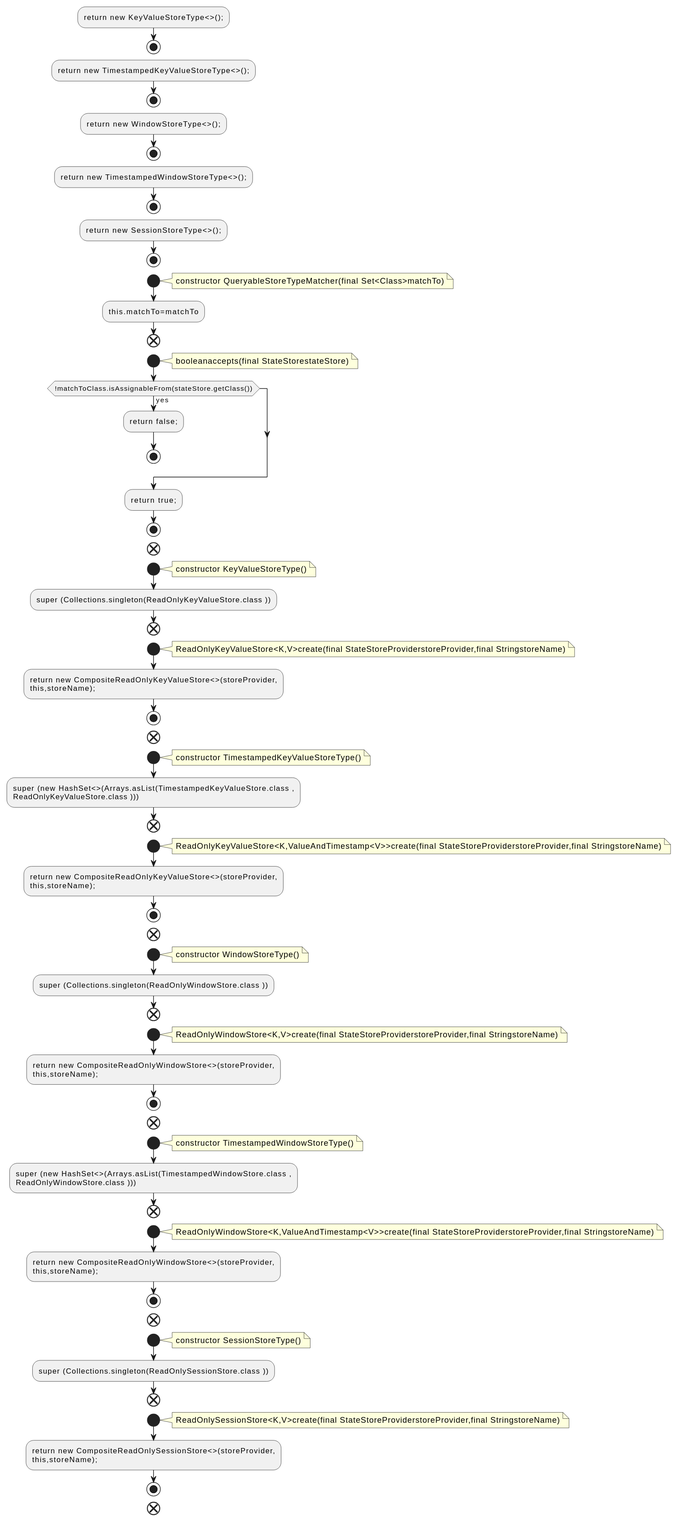
Above: docs/qc/streams/src/main/java/org/apache/kafka/streams/state/QueryableStoreTypes.java.fct.svg in qualitesys/kafka (PlantUML), before the change.
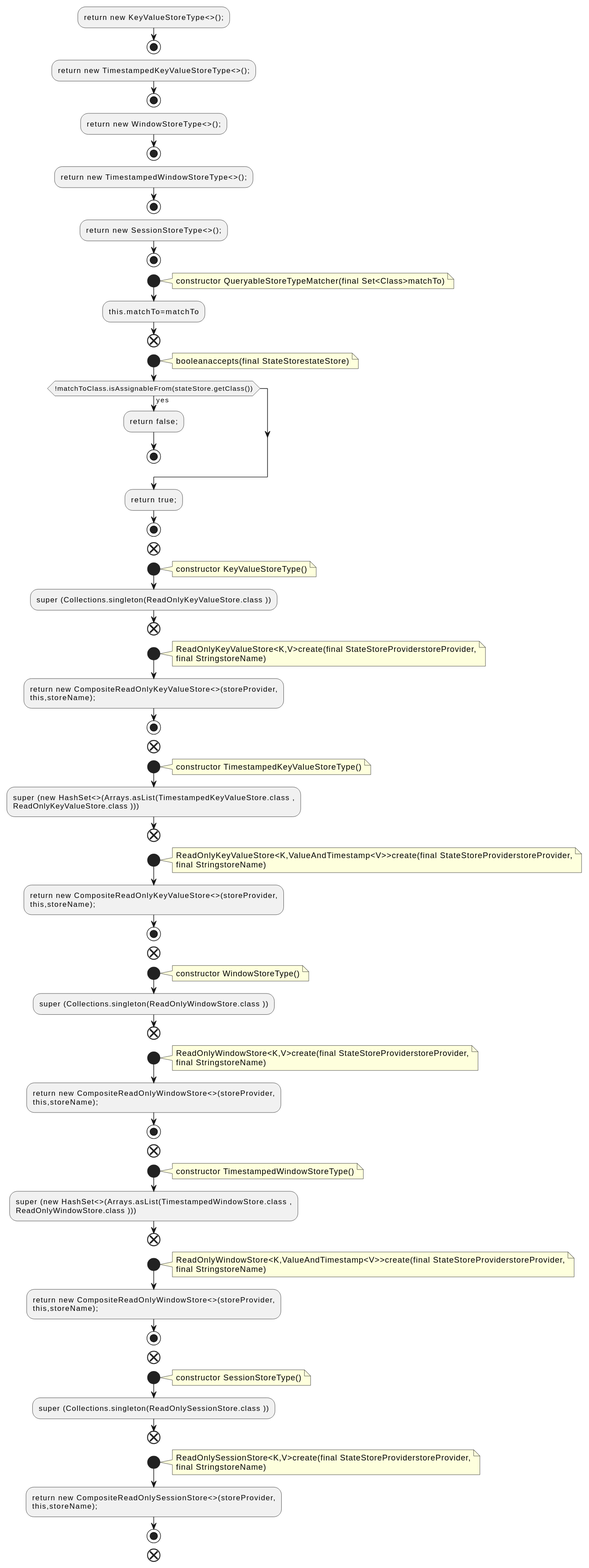
The same diagram one commit later.

Change to the diagram source:
```diff
@@ -35,7 +35,8 @@
 end
 start
 note right
-ReadOnlyKeyValueStore<K,V>create(final StateStoreProviderstoreProvider,final StringstoreName)
+ReadOnlyKeyValueStore<K,V>create(final StateStoreProviderstoreProvider,
+final StringstoreName)
 end note
 :return new CompositeReadOnlyKeyValueStore<>(storeProvider,
 this,storeName);;
@@ -50,7 +51,8 @@
 end
 start
 note right
-ReadOnlyKeyValueStore<K,ValueAndTimestamp<V>>create(final StateStoreProviderstoreProvider,final StringstoreName)
+ReadOnlyKeyValueStore<K,ValueAndTimestamp<V>>create(final StateStoreProviderstoreProvider,
+final StringstoreName)
 end note
 :return new CompositeReadOnlyKeyValueStore<>(storeProvider,
 this,storeName);;
@@ -64,7 +66,8 @@
 end
 start
 note right
-ReadOnlyWindowStore<K,V>create(final StateStoreProviderstoreProvider,final StringstoreName)
+ReadOnlyWindowStore<K,V>create(final StateStoreProviderstoreProvider,
+final StringstoreName)
 end note
 :return new CompositeReadOnlyWindowStore<>(storeProvider,
 this,storeName);;
@@ -79,7 +82,8 @@
 end
 start
 note right
-ReadOnlyWindowStore<K,ValueAndTimestamp<V>>create(final StateStoreProviderstoreProvider,final StringstoreName)
+ReadOnlyWindowStore<K,ValueAndTimestamp<V>>create(final StateStoreProviderstoreProvider,
+final StringstoreName)
 end note
 :return new CompositeReadOnlyWindowStore<>(storeProvider,
 this,storeName);;
@@ -93,7 +97,8 @@
 end
 start
 note right
-ReadOnlySessionStore<K,V>create(final StateStoreProviderstoreProvider,final StringstoreName)
+ReadOnlySessionStore<K,V>create(final StateStoreProviderstoreProvider,
+final StringstoreName)
 end note
 :return new CompositeReadOnlySessionStore<>(storeProvider,
 this,storeName);;
```
